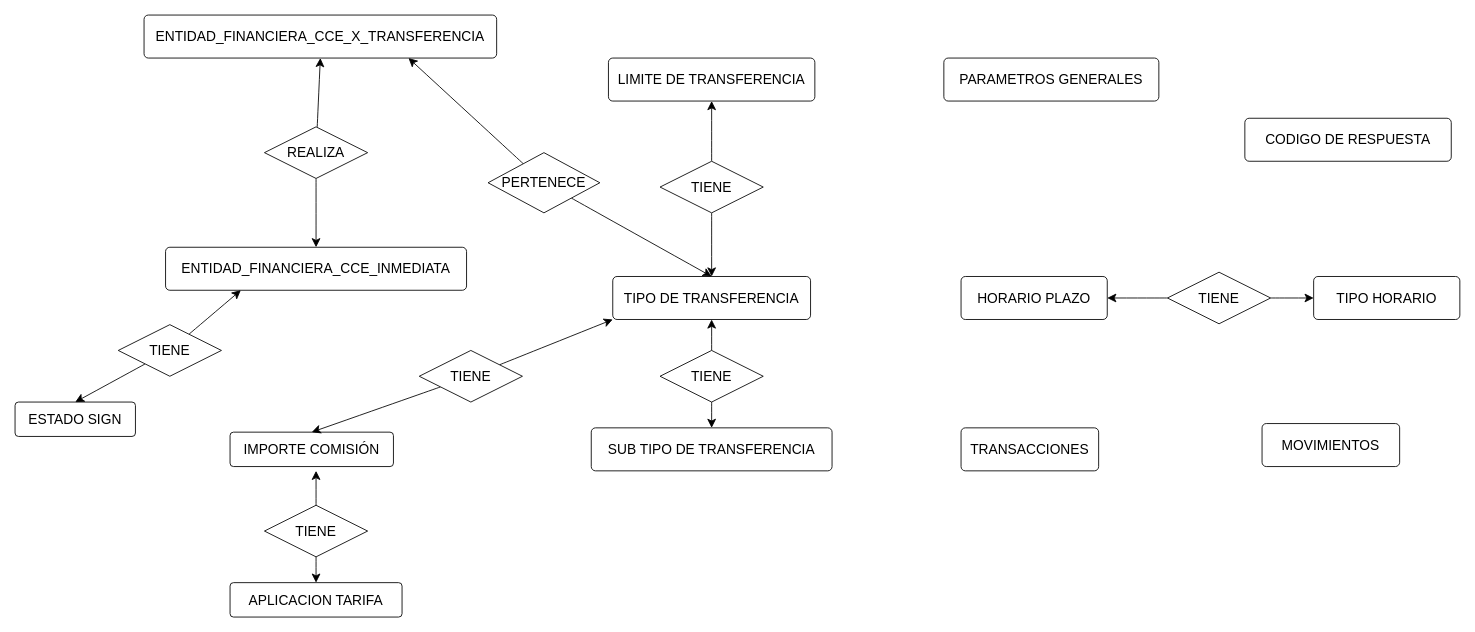
Richard-MJ/CMACT keeps this draw.io diagram as page "Diagrama de Entidad - Relacion" (6 of 6) of Diagramas.drawio. Above is the earlier version. Source tidied: cells renumbered, new cells numbered last; positions are measured from the earlier drawing's top-left corner, leaving out a move shared by most shapes. Both pictures are drawn from the tidied source at 86%, with x=0, y=0 at pixel (15, 15).
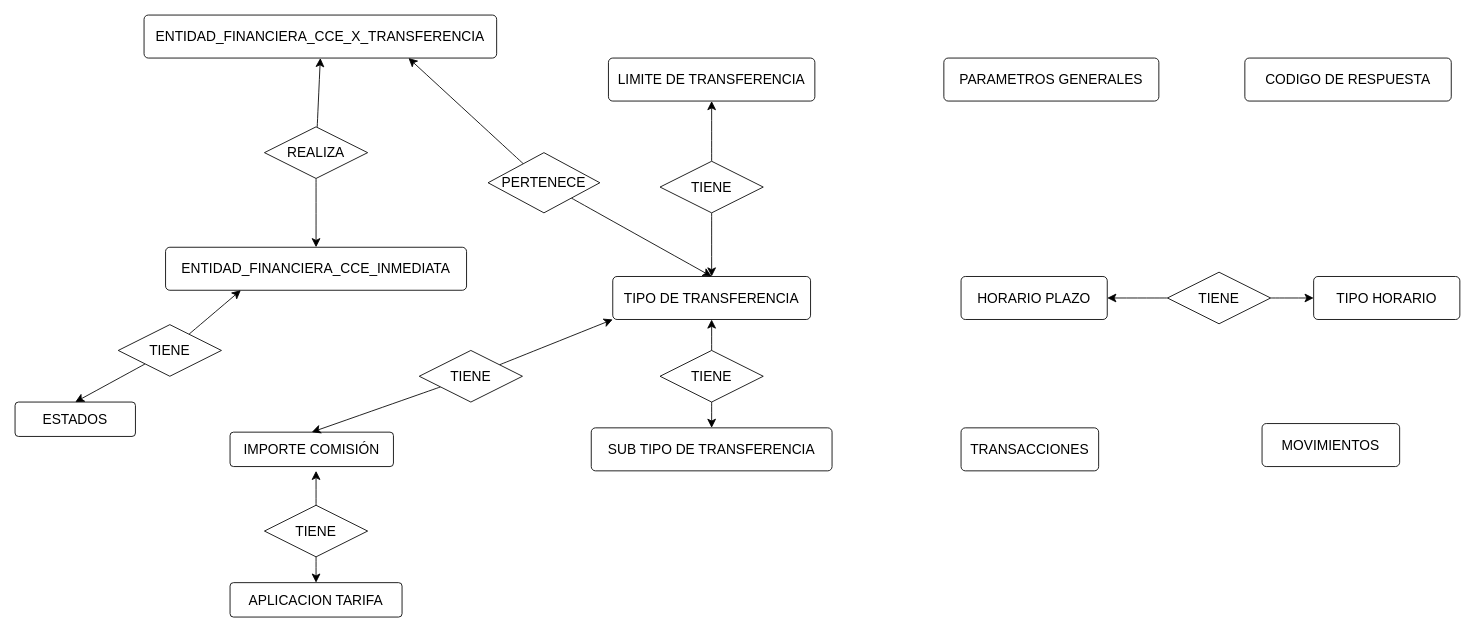
After the change.

The edit, as a diff of the source:
```diff
@@
-    <mxCell id="5" value="ESTADO SIGN" style="rounded=1;arcSize=10;whiteSpace=wrap;html=1;align=center;fontSize=16;" parent="1" vertex="1">
+    <mxCell id="5" value="ESTADOS" style="rounded=1;arcSize=10;whiteSpace=wrap;html=1;align=center;fontSize=16;" parent="1" vertex="1">
       <mxGeometry y="450" width="140" height="40" as="geometry" />
     </mxCell>
@@
     <mxCell id="12" value="CODIGO DE RESPUESTA" style="rounded=1;arcSize=10;whiteSpace=wrap;html=1;align=center;fontSize=16;" parent="1" vertex="1">
-      <mxGeometry x="1430" y="120" width="240" height="50" as="geometry" />
+      <mxGeometry x="1430" y="50" width="240" height="50" as="geometry" />
     </mxCell>
```
